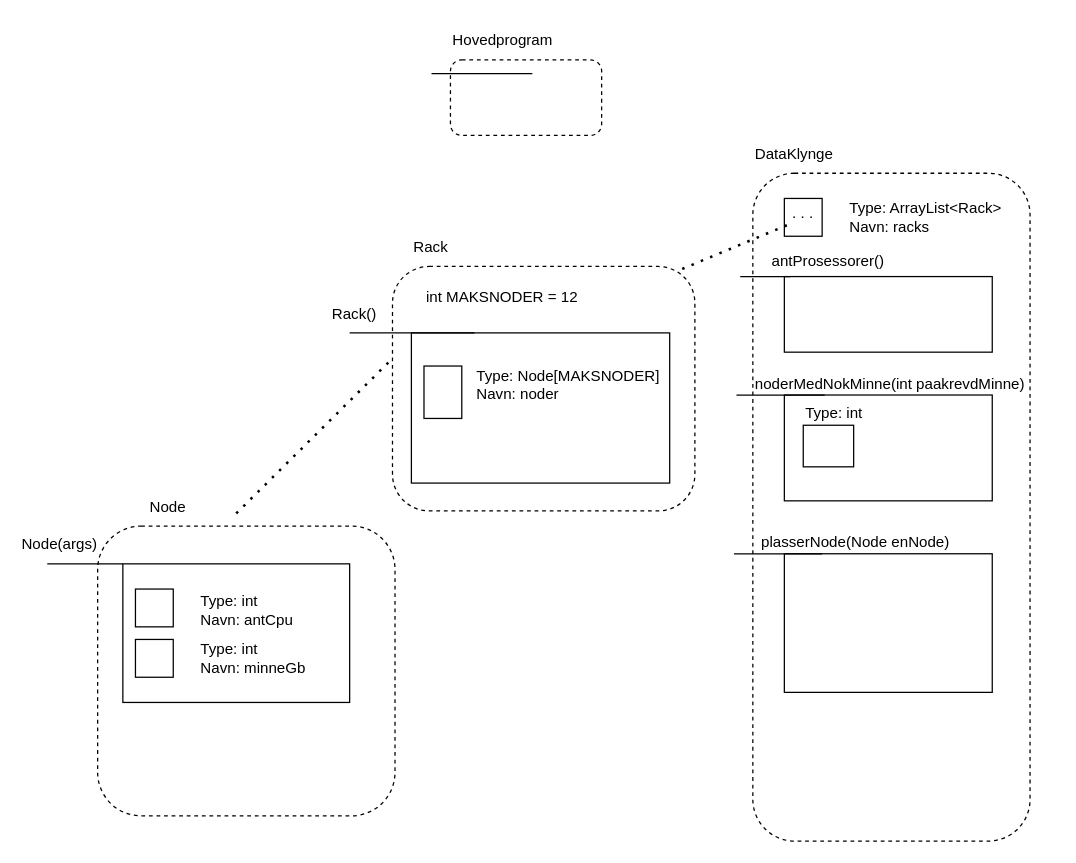
jsaabel/IN1010 keeps this draw.io diagram as page "Page-1" (1 of 2) of obliger/1_oblig1/DataKlynge.drawio. Above is the earlier version. Source tidied: cells renumbered, new cells numbered last; positions are measured from the earlier drawing's top-left corner, leaving out a move shared by most shapes. Both pictures are drawn from the tidied source at 126%, with x=0, y=0 at pixel (21, 21).
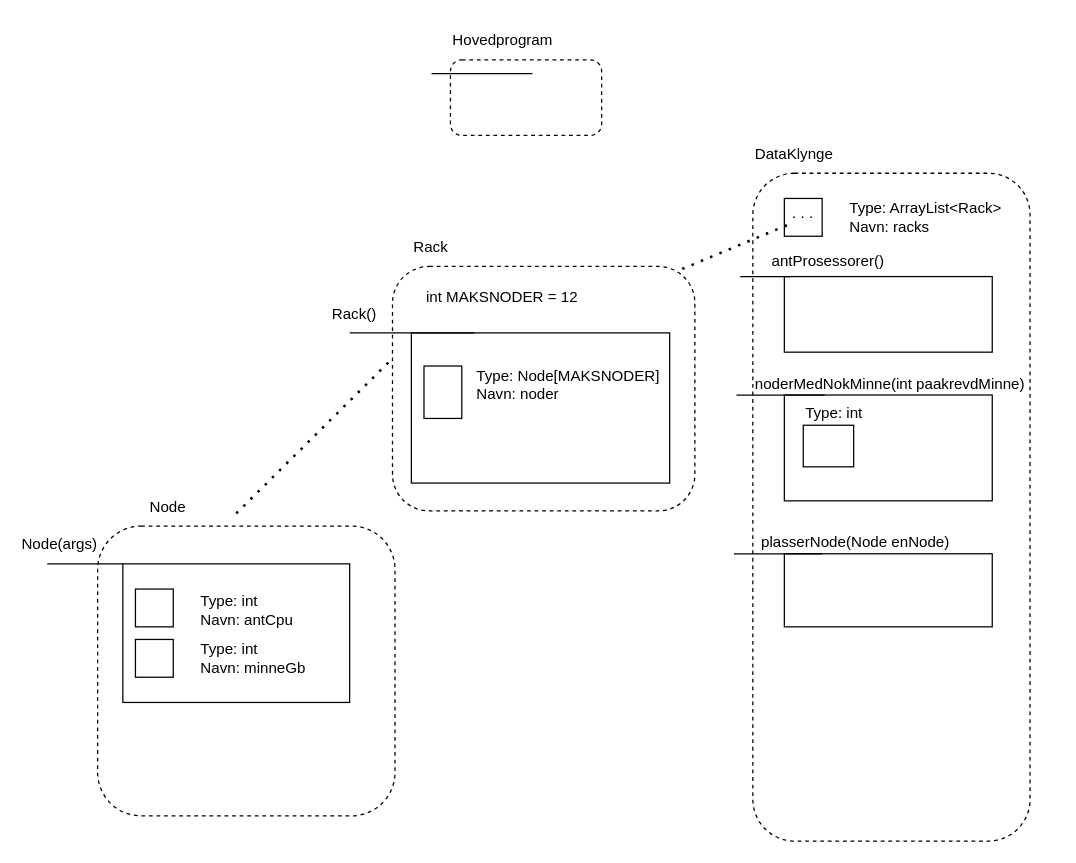
The same diagram, later.

Unchanged cells that the change refers to:
```xml
<mxCell id="14" style="group;" parent="1" vertex="1">
  <mxGeometry x="580" y="90" width="240" height="560" as="geometry" />
</mxCell>
```

Change to the diagram source:
```diff
@@
     <mxCell id="25" style="rounded=0;whiteSpace=wrap;html=1;fillColor=none;" parent="14" vertex="1">
-      <mxGeometry x="25" y="332" width="165" height="110" as="geometry" />
+      <mxGeometry x="25" y="332" width="165" height="58" as="geometry" />
     </mxCell>
@@
+    <mxCell id="43" style="edgeStyle=orthogonalEdgeStyle;rounded=0;orthogonalLoop=1;jettySize=auto;html=1;exitX=0.5;exitY=1;exitDx=0;exitDy=0;" parent="14" edge="1" source="25" target="25">
+      <mxGeometry relative="1" as="geometry" />
+    </mxCell>
```
